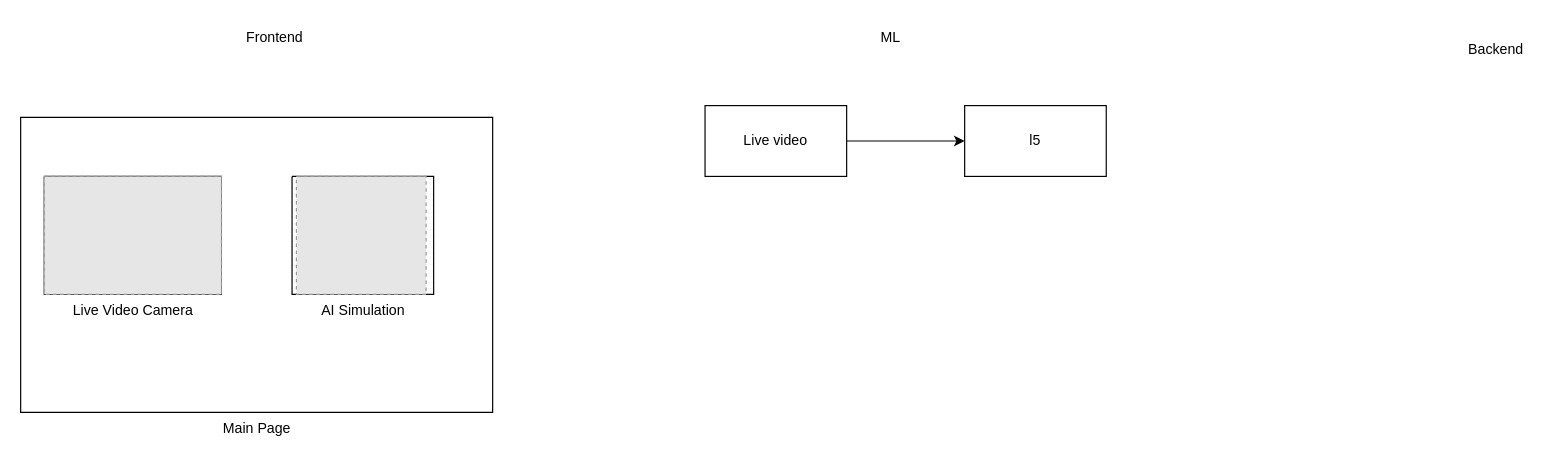
Before: trafficaiuml.drawio in Aral-Tech/Traffic-ai, a draw.io diagram. Source tidied: cells renumbered, new cells numbered last; positions are measured from the earlier drawing's top-left corner, leaving out a move shared by most shapes. Both pictures are drawn from the tidied source at 118%, with x=0, y=0 at pixel (20, 20). Pictures stored in the file or linked from it are replaced by grey dashed boxes.
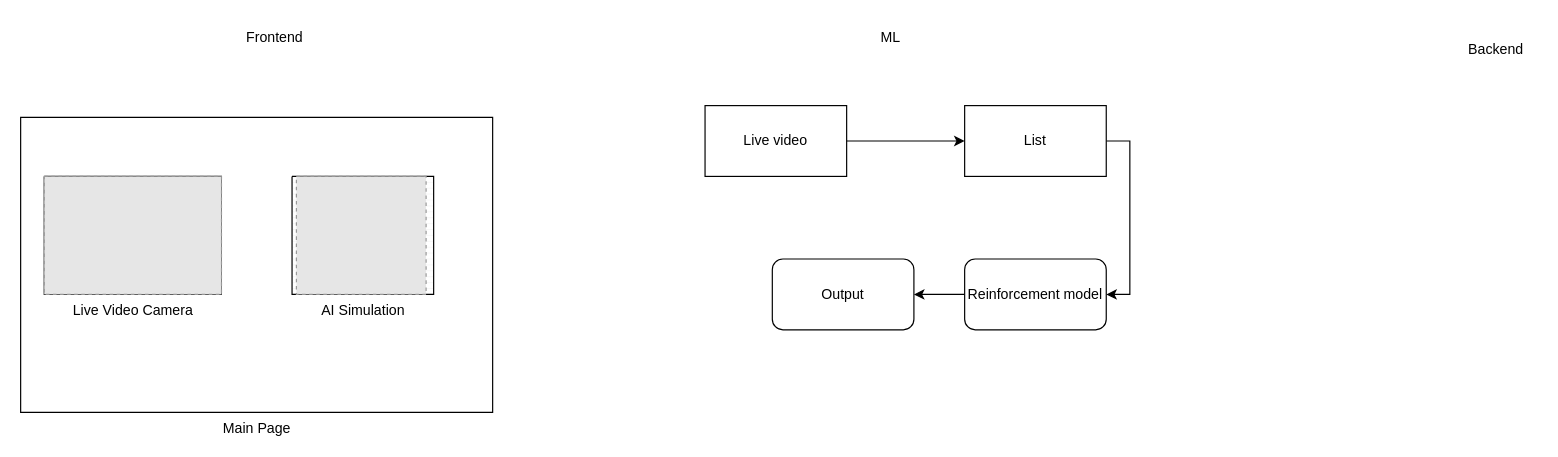
Above is the later version.

What changed in the source:
```diff
@@
 <mxGraphModel>
   <root>
     <mxCell id="0" />
     <mxCell id="1" parent="0" />
     <mxCell id="2" value="Main Page" style="verticalLabelPosition=bottom;verticalAlign=top;html=1;shape=mxgraph.basic.rect;fillColor2=none;strokeWidth=1;size=20;indent=5;" parent="1" vertex="1">
       <mxGeometry y="82" width="400" height="250" as="geometry" />
     </mxCell>
     <mxCell id="3" value="Live Video Camera" style="verticalLabelPosition=bottom;verticalAlign=top;html=1;shape=mxgraph.basic.patternFillRect;fillStyle=hor;step=5;fillStrokeWidth=0.2;fillStrokeColor=#dddddd;" parent="1" vertex="1">
       <mxGeometry x="20" y="132" width="150" height="100" as="geometry" />
     </mxCell>
     <mxCell id="4" value="AI Simulation" style="verticalLabelPosition=bottom;verticalAlign=top;html=1;shape=mxgraph.basic.patternFillRect;fillStyle=hor;step=5;fillStrokeWidth=0.2;fillStrokeColor=#dddddd;" parent="1" vertex="1">
       <mxGeometry x="230" y="132" width="120" height="100" as="geometry" />
     </mxCell>
     <mxCell id="5" style="fillColor=#E6E6E6;strokeColor=#999999;dashed=1;verticalLabelPosition=bottom;labelBackgroundColor=default;verticalAlign=top;" parent="1" vertex="1">
       <mxGeometry x="233.7" y="132" width="109.9" height="100" as="geometry" />
     </mxCell>
     <mxCell id="6" style="fillColor=#E6E6E6;strokeColor=#999999;dashed=1;verticalLabelPosition=bottom;labelBackgroundColor=default;verticalAlign=top;" parent="1" vertex="1">
       <mxGeometry x="20" y="132" width="150.2" height="100" as="geometry" />
     </mxCell>
     <mxCell id="7" value="Frontend" style="text;html=1;align=center;verticalAlign=middle;strokeColor=none;fillColor=none;" parent="1" vertex="1">
       <mxGeometry x="180" width="70" height="30" as="geometry" />
     </mxCell>
     <mxCell id="8" value="ML" style="text;html=1;align=center;verticalAlign=middle;strokeColor=none;fillColor=none;" parent="1" vertex="1">
       <mxGeometry x="717" width="40" height="30" as="geometry" />
     </mxCell>
     <mxCell id="9" value="Backend" style="text;html=1;align=center;verticalAlign=middle;strokeColor=none;fillColor=none;" parent="1" vertex="1">
       <mxGeometry x="1215" y="10" width="70" height="30" as="geometry" />
     </mxCell>
     <mxCell id="10" style="edgeStyle=orthogonalEdgeStyle;rounded=0;jettySize=auto;html=1;exitX=1;exitY=0.5;exitDx=0;exitDy=0;entryX=0;entryY=0.5;entryDx=0;entryDy=0;" parent="1" edge="1" source="11" target="12">
       <mxGeometry relative="1" as="geometry" />
     </mxCell>
     <mxCell id="11" value="Live video" style="rounded=0;whiteSpace=wrap;html=1;" parent="1" vertex="1">
       <mxGeometry x="580" y="72" width="120" height="60" as="geometry" />
     </mxCell>
+    <mxCell id="13" style="edgeStyle=orthogonalEdgeStyle;rounded=0;jettySize=auto;html=1;exitX=1;exitY=0.5;exitDx=0;exitDy=0;entryX=1;entryY=0.5;entryDx=0;entryDy=0;" parent="1" edge="1" source="12" target="15">
+      <mxGeometry relative="1" as="geometry" />
+    </mxCell>
-    <mxCell id="12" value="l5" style="rounded=0;whiteSpace=wrap;html=1;" parent="1" vertex="1">
+    <mxCell id="12" value="List" style="rounded=0;whiteSpace=wrap;html=1;" parent="1" vertex="1">
       <mxGeometry x="800" y="72" width="120" height="60" as="geometry" />
     </mxCell>
+    <mxCell id="14" style="edgeStyle=orthogonalEdgeStyle;rounded=0;jettySize=auto;html=1;exitX=0;exitY=0.5;exitDx=0;exitDy=0;entryX=1;entryY=0.5;entryDx=0;entryDy=0;" parent="1" edge="1" source="15" target="16">
+      <mxGeometry relative="1" as="geometry" />
+    </mxCell>
+    <mxCell id="15" value="Reinforcement model" style="rounded=1;whiteSpace=wrap;html=1;" parent="1" vertex="1">
+      <mxGeometry x="800" y="202" width="120" height="60" as="geometry" />
+    </mxCell>
+    <mxCell id="16" value="Output" style="rounded=1;whiteSpace=wrap;html=1;" parent="1" vertex="1">
+      <mxGeometry x="637" y="202" width="120" height="60" as="geometry" />
+    </mxCell>
   </root>
 </mxGraphModel>
```
